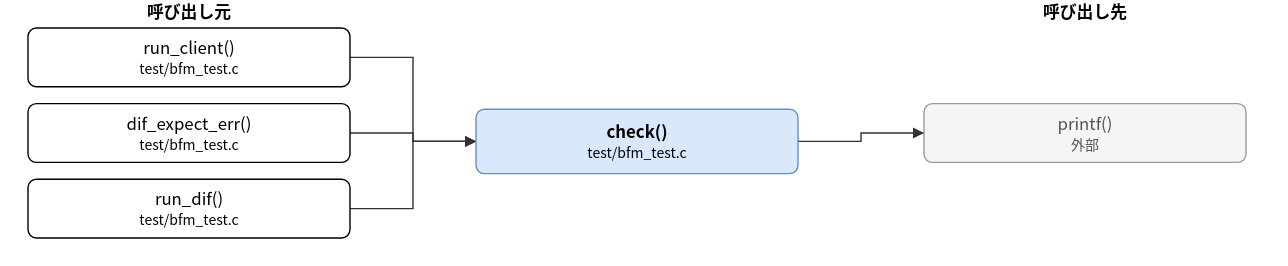
This is doc/spec/images/call_test_bfm_test-check.drawio.svg from hf355051012-ai/bfmem, a draw.io export, as it was before one commit. Source tidied: cells renumbered, new cells last; positions are measured from the earlier drawing's top-left corner, leaving out a move shared by most shapes.
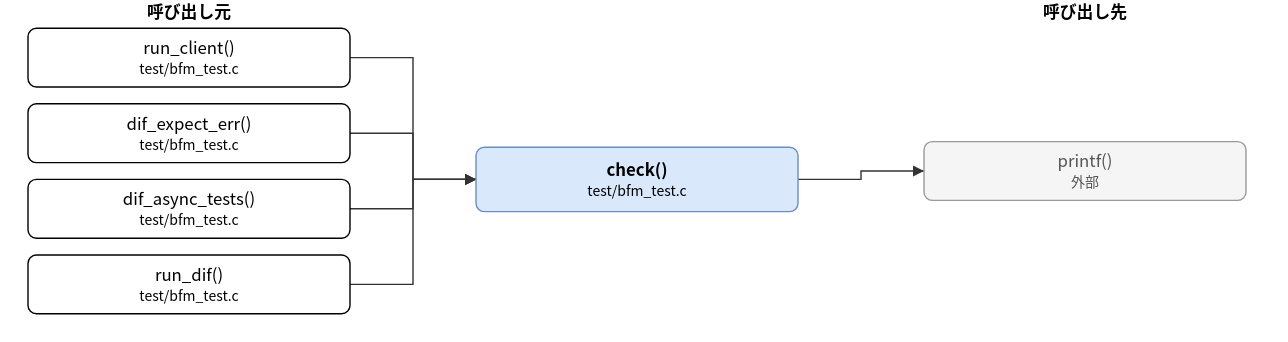
Later version of the same file.

Change to the diagram source:
```diff
@@ -3,7 +3,7 @@
     <mxCell id="0" />
     <mxCell id="1" parent="0" />
     <mxCell id="2" value="check()&lt;br&gt;&lt;font style=&quot;font-size:10px&quot;&gt;test/bfm_test.c&lt;/font&gt;" style="rounded=1;whiteSpace=wrap;html=1;fillColor=#dae8fc;strokeColor=#6c8ebf;fontStyle=1;" parent="1" vertex="1">
-      <mxGeometry x="320" y="78" width="230" height="46" as="geometry" />
+      <mxGeometry x="320" y="105" width="230" height="46" as="geometry" />
     </mxCell>
     <mxCell id="3" value="run_client()&lt;br&gt;&lt;font style=&quot;font-size:10px&quot;&gt;test/bfm_test.c&lt;/font&gt;" style="rounded=1;whiteSpace=wrap;html=1;" parent="1" vertex="1">
       <mxGeometry y="20" width="230" height="42" as="geometry" />
@@ -11,17 +11,20 @@
     <mxCell id="4" value="dif_expect_err()&lt;br&gt;&lt;font style=&quot;font-size:10px&quot;&gt;test/bfm_test.c&lt;/font&gt;" style="rounded=1;whiteSpace=wrap;html=1;" parent="1" vertex="1">
       <mxGeometry y="74" width="230" height="42" as="geometry" />
     </mxCell>
-    <mxCell id="5" value="run_dif()&lt;br&gt;&lt;font style=&quot;font-size:10px&quot;&gt;test/bfm_test.c&lt;/font&gt;" style="rounded=1;whiteSpace=wrap;html=1;" parent="1" vertex="1">
+    <mxCell id="5" value="dif_async_tests()&lt;br&gt;&lt;font style=&quot;font-size:10px&quot;&gt;test/bfm_test.c&lt;/font&gt;" style="rounded=1;whiteSpace=wrap;html=1;" parent="1" vertex="1">
       <mxGeometry y="128" width="230" height="42" as="geometry" />
     </mxCell>
+    <mxCell id="13" value="run_dif()&lt;br&gt;&lt;font style=&quot;font-size:10px&quot;&gt;test/bfm_test.c&lt;/font&gt;" style="rounded=1;whiteSpace=wrap;html=1;" parent="1" vertex="1">
+      <mxGeometry y="182" width="230" height="42" as="geometry" />
+    </mxCell>
     <mxCell id="6" value="printf()&lt;br&gt;&lt;font style=&quot;font-size:10px&quot;&gt;外部&lt;/font&gt;" style="rounded=1;whiteSpace=wrap;html=1;fillColor=#f5f5f5;strokeColor=#999999;fontColor=#555555;" parent="1" vertex="1">
-      <mxGeometry x="640" y="74" width="230" height="42" as="geometry" />
+      <mxGeometry x="640" y="101" width="230" height="42" as="geometry" />
     </mxCell>
     <mxCell id="7" style="edgeStyle=none;html=1;rounded=0;endArrow=block;endFill=1;exitX=1.0000;exitY=0.5000;exitDx=0;exitDy=0;exitPerimeter=0;entryX=0.0000;entryY=0.5000;entryDx=0;entryDy=0;entryPerimeter=0;" parent="1" edge="1" source="3" target="2">
       <mxGeometry relative="1" as="geometry">
         <Array as="points">
           <mxPoint x="275" y="41" />
-          <mxPoint x="275" y="101" />
+          <mxPoint x="275" y="128" />
         </Array>
       </mxGeometry>
     </mxCell>
@@ -29,7 +32,7 @@
       <mxGeometry relative="1" as="geometry">
         <Array as="points">
           <mxPoint x="275" y="95" />
-          <mxPoint x="275" y="101" />
+          <mxPoint x="275" y="128" />
         </Array>
       </mxGeometry>
     </mxCell>
@@ -37,18 +40,26 @@
       <mxGeometry relative="1" as="geometry">
         <Array as="points">
           <mxPoint x="275" y="149" />
-          <mxPoint x="275" y="101" />
+          <mxPoint x="275" y="128" />
         </Array>
       </mxGeometry>
     </mxCell>
-    <mxCell id="10" style="edgeStyle=none;html=1;rounded=0;endArrow=block;endFill=1;exitX=1.0000;exitY=0.5000;exitDx=0;exitDy=0;exitPerimeter=0;entryX=0.0000;entryY=0.5000;entryDx=0;entryDy=0;entryPerimeter=0;" parent="1" edge="1" source="2" target="6">
+    <mxCell id="10" style="edgeStyle=none;html=1;rounded=0;endArrow=block;endFill=1;exitX=1.0000;exitY=0.5000;exitDx=0;exitDy=0;exitPerimeter=0;entryX=0.0000;entryY=0.5000;entryDx=0;entryDy=0;entryPerimeter=0;" parent="1" edge="1" source="13" target="2">
       <mxGeometry relative="1" as="geometry">
         <Array as="points">
-          <mxPoint x="595" y="101" />
-          <mxPoint x="595" y="95" />
+          <mxPoint x="275" y="203" />
+          <mxPoint x="275" y="128" />
         </Array>
       </mxGeometry>
     </mxCell>
+    <mxCell id="14" style="edgeStyle=none;html=1;rounded=0;endArrow=block;endFill=1;exitX=1.0000;exitY=0.5000;exitDx=0;exitDy=0;exitPerimeter=0;entryX=0.0000;entryY=0.5000;entryDx=0;entryDy=0;entryPerimeter=0;" parent="1" edge="1" source="2" target="6">
+      <mxGeometry relative="1" as="geometry">
+        <Array as="points">
+          <mxPoint x="595" y="128" />
+          <mxPoint x="595" y="122" />
+        </Array>
+      </mxGeometry>
+    </mxCell>
     <mxCell id="11" value="呼び出し元" style="text;html=1;align=center;fontStyle=1;" parent="1" vertex="1">
       <mxGeometry x="35" width="160" height="18" as="geometry" />
     </mxCell>
```
